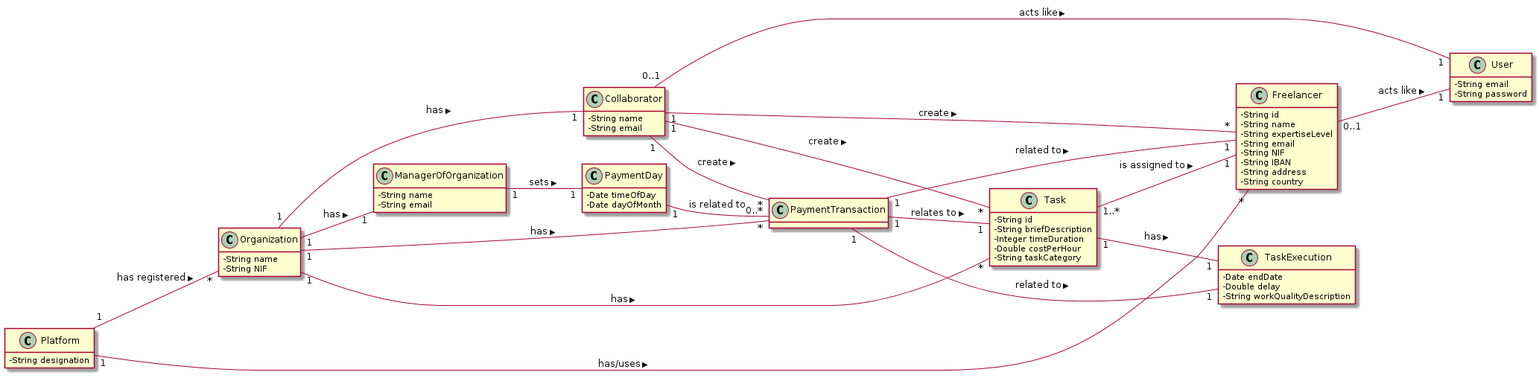
The PlantUML diagram docs/MD.png in pedrolemos4/LAPR2, before a commit.
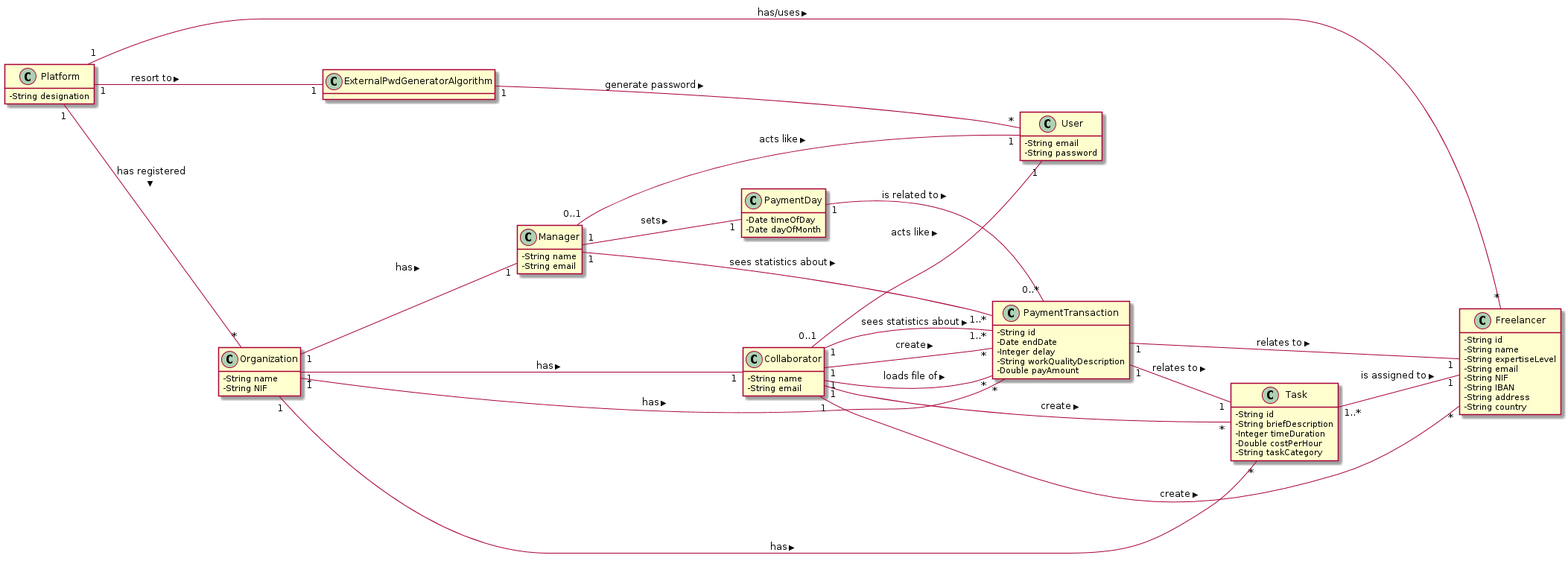
Above is the later version.

The edit, as a diff of the source:
```diff
@@ -17,10 +17,9 @@
   -String email
 }
 
-
-class User {
+class Manager {
+  -String name
   -String email
-  -String password
 }
 
 class Freelancer {
@@ -32,7 +31,12 @@
   -String IBAN
   -String address
   -String country
-  }
+}
+
+class User {
+  -String email
+  -String password
+}
 
 class Task {
  -String id
@@ -42,18 +46,12 @@
  -String taskCategory
 }
 
-class TaskExecution {
- -Date endDate
- -Double delay
- -String workQualityDescription
-}
-
 class PaymentTransaction{
-}
-
-class ManagerOfOrganization {
-  -String name
-  -String email
+  -String id
+  -Date endDate
+  -Integer delay
+  -String workQualityDescription
+  -Double payAmount
 }
 
 class PaymentDay {
@@ -61,22 +59,35 @@
   -Date dayOfMonth
 }
 
-Organization "1" -- "1" ManagerOfOrganization : has >
-ManagerOfOrganization "1" -- "1" PaymentDay : sets >
+class ExternalPwdGeneratorAlgorithm {
+}
+
 Platform "1" -- "*" Organization : has registered >
+Platform "1" -- "1" ExternalPwdGeneratorAlgorithm : resort to >
 Platform "1" -- "*" Freelancer : has/uses >
+
 Organization "1" -- "1" Collaborator: has >
+Organization "1" -- "1" Manager: has >
 Organization "1" -- "*" Task: has >
 Organization "1" -- "*" PaymentTransaction: has >
+
 Collaborator "0..1" -- "1" User: acts like >
-Freelancer "0..1" -- "1" User: acts like >
 Collaborator "1" -- "*" Freelancer: create >
 Collaborator "1" -- "*" Task: create >
 Collaborator "1" -- "*" PaymentTransaction: create >
-PaymentTransaction "1" -- "1" Freelancer: related to >
+Collaborator "1" -- "*" PaymentTransaction: loads file of >
+Collaborator "1" -- "1..*" PaymentTransaction: sees statistics about >
+
+Manager "0..1" -- "1" User: acts like >
+Manager "1" -- "1" PaymentDay : sets >
+Manager "1" -- "1..*" PaymentTransaction: sees statistics about >
+
+Task "1..*" -- "1" Freelancer: is assigned to >
+
+PaymentTransaction "1" -- "1" Freelancer: relates to >
 PaymentTransaction "1" -- "1" Task: relates to >
-PaymentTransaction "1" -- "1" TaskExecution: related to >
-Task "1" -- "1" TaskExecution: has >
-Task "1..*" -- "1" Freelancer: is assigned to >
-PaymentDay "1" -- "0..*" PaymentTransaction : is related to
+
+PaymentDay "1" -- "0..*" PaymentTransaction : is related to >
+
+ExternalPwdGeneratorAlgorithm "1" -- "*" User : generate password >
 @enduml
```
